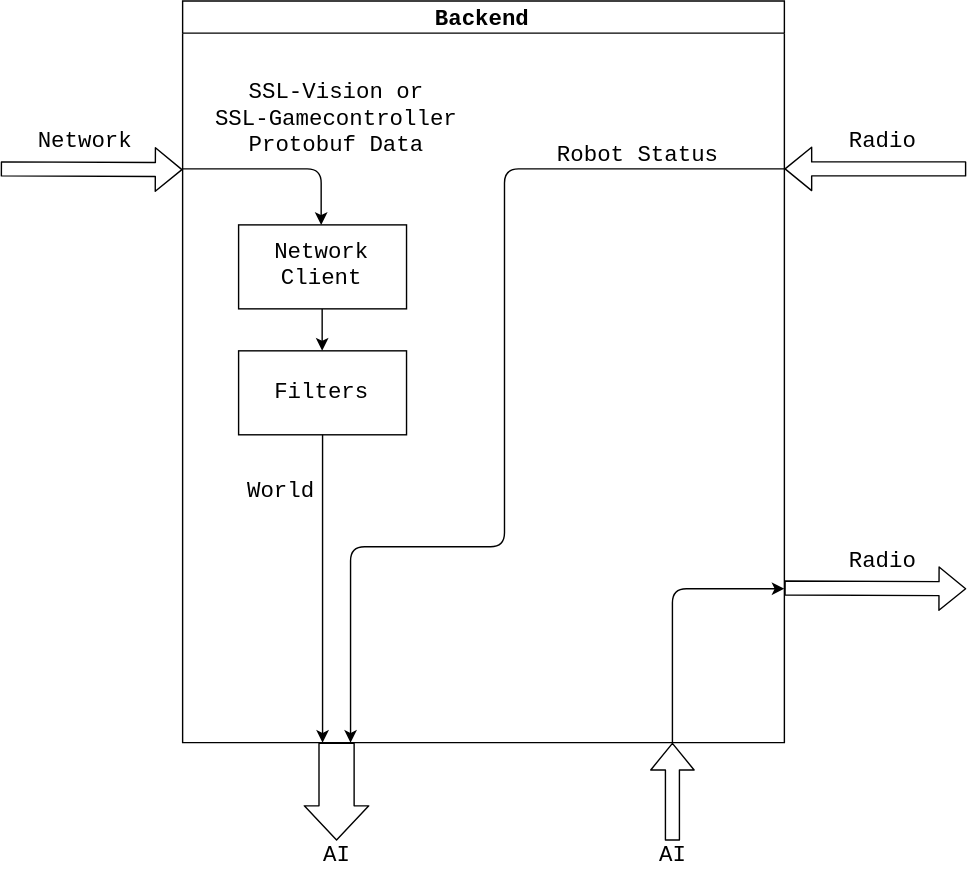
This is docs/images/backend_diagram.svg from UBC-Thunderbots/Software, a draw.io export, as it was before one commit. Source tidied: cells renumbered, new cells last; positions are measured from the earlier drawing's top-left corner, leaving out a move shared by most shapes. Its diagram source:
```xml
<mxGraphModel>
  <root>
    <mxCell id="0" />
    <mxCell id="1" parent="0" />
    <mxCell id="2" value="Backend" style="swimlane;fontFamily=Courier New;fontSize=16;" parent="1" vertex="1">
      <mxGeometry x="130" width="430" height="530" as="geometry" />
    </mxCell>
    <mxCell id="3" style="edgeStyle=orthogonalEdgeStyle;rounded=0;jettySize=auto;html=1;entryX=0.5;entryY=0;entryDx=0;entryDy=0;fontFamily=Courier New;fontSize=16;" parent="2" edge="1" source="4" target="5">
      <mxGeometry relative="1" as="geometry" />
    </mxCell>
    <mxCell id="4" value="Network Client" style="rounded=0;whiteSpace=wrap;html=1;fontFamily=Courier New;fontSize=16;" parent="2" vertex="1">
      <mxGeometry x="40" y="160" width="120" height="60" as="geometry" />
    </mxCell>
    <mxCell id="5" value="Filters" style="rounded=0;whiteSpace=wrap;html=1;fontFamily=Courier New;fontSize=16;" parent="2" vertex="1">
      <mxGeometry x="40" y="250" width="120" height="60" as="geometry" />
    </mxCell>
    <mxCell id="6" style="endArrow=classic;html=1;fontFamily=Courier New;fontSize=16;" parent="2" edge="1">
      <mxGeometry relative="1" as="geometry">
        <mxPoint y="120" as="sourcePoint" />
        <mxPoint x="99" y="160" as="targetPoint" />
        <Array as="points">
          <mxPoint x="99" y="120" />
        </Array>
      </mxGeometry>
    </mxCell>
    <mxCell id="7" value="&lt;div&gt;SSL-Vision or&lt;/div&gt;&lt;div&gt;SSL-Gamecontroller Protobuf Data&lt;/div&gt;" style="text;html=1;strokeColor=none;fillColor=none;align=center;verticalAlign=middle;whiteSpace=wrap;rounded=0;fontFamily=Courier New;fontSize=16;" parent="2" vertex="1">
      <mxGeometry x="10" y="50" width="200" height="70" as="geometry" />
    </mxCell>
    <mxCell id="8" style="endArrow=classic;html=1;fontFamily=Courier New;fontSize=16;" parent="2" edge="1">
      <mxGeometry relative="1" as="geometry">
        <mxPoint x="430" y="120" as="sourcePoint" />
        <mxPoint x="120" y="530" as="targetPoint" />
        <Array as="points">
          <mxPoint x="230" y="120" />
          <mxPoint x="230" y="390" />
          <mxPoint x="120" y="390" />
        </Array>
      </mxGeometry>
    </mxCell>
    <mxCell id="9" value="World" style="text;html=1;strokeColor=none;fillColor=none;align=center;verticalAlign=middle;whiteSpace=wrap;rounded=0;fontFamily=Courier New;fontSize=16;" parent="2" vertex="1">
      <mxGeometry x="50" y="340" width="40" height="20" as="geometry" />
    </mxCell>
    <mxCell id="10" value="Robot Status" style="text;html=1;strokeColor=none;fillColor=none;align=center;verticalAlign=middle;whiteSpace=wrap;rounded=0;fontFamily=Courier New;fontSize=16;" parent="2" vertex="1">
      <mxGeometry x="240" y="100" width="170" height="20" as="geometry" />
    </mxCell>
    <mxCell id="11" style="endArrow=classic;html=1;fontFamily=Courier New;fontSize=16;" parent="2" edge="1">
      <mxGeometry relative="1" as="geometry">
        <mxPoint x="350" y="530" as="sourcePoint" />
        <mxPoint x="430" y="420" as="targetPoint" />
        <Array as="points">
          <mxPoint x="350" y="420" />
        </Array>
      </mxGeometry>
    </mxCell>
    <mxCell id="12" style="shape=flexArrow;endArrow=classic;html=1;fontFamily=Courier New;" parent="1" edge="1">
      <mxGeometry relative="1" as="geometry">
        <mxPoint y="120" as="sourcePoint" />
        <mxPoint x="130" y="120.5" as="targetPoint" />
      </mxGeometry>
    </mxCell>
    <mxCell id="13" value="Network" style="text;html=1;strokeColor=none;fillColor=none;align=center;verticalAlign=middle;whiteSpace=wrap;rounded=0;fontFamily=Courier New;fontSize=16;" parent="1" vertex="1">
      <mxGeometry x="40" y="90" width="40" height="20" as="geometry" />
    </mxCell>
    <mxCell id="14" style="shape=flexArrow;endArrow=classic;html=1;fontFamily=Courier New;fontSize=16;" parent="1" edge="1">
      <mxGeometry relative="1" as="geometry">
        <mxPoint x="690" y="120" as="sourcePoint" />
        <mxPoint x="560" y="120" as="targetPoint" />
      </mxGeometry>
    </mxCell>
    <mxCell id="15" value="Radio" style="text;html=1;strokeColor=none;fillColor=none;align=center;verticalAlign=middle;whiteSpace=wrap;rounded=0;fontFamily=Courier New;fontSize=16;" parent="1" vertex="1">
      <mxGeometry x="600" y="90" width="60" height="20" as="geometry" />
    </mxCell>
    <mxCell id="16" style="shape=flexArrow;endArrow=classic;html=1;fontFamily=Courier New;fontSize=16;" parent="1" edge="1">
      <mxGeometry relative="1" as="geometry">
        <mxPoint x="560" y="419.5" as="sourcePoint" />
        <mxPoint x="690" y="420" as="targetPoint" />
      </mxGeometry>
    </mxCell>
    <mxCell id="17" value="Radio" style="text;html=1;strokeColor=none;fillColor=none;align=center;verticalAlign=middle;whiteSpace=wrap;rounded=0;fontFamily=Courier New;fontSize=16;" parent="1" vertex="1">
      <mxGeometry x="600" y="390" width="60" height="20" as="geometry" />
    </mxCell>
    <mxCell id="18" style="shape=flexArrow;endArrow=classic;html=1;fontFamily=Courier New;fontSize=16;width=25.100671140939596;endSize=7.787919463087248;" parent="1" edge="1">
      <mxGeometry relative="1" as="geometry">
        <mxPoint x="240" y="530" as="sourcePoint" />
        <mxPoint x="240" y="600" as="targetPoint" />
      </mxGeometry>
    </mxCell>
    <mxCell id="19" value="AI" style="text;html=1;strokeColor=none;fillColor=none;align=center;verticalAlign=middle;whiteSpace=wrap;rounded=0;fontFamily=Courier New;fontSize=16;" parent="1" vertex="1">
      <mxGeometry x="220" y="600" width="40" height="20" as="geometry" />
    </mxCell>
    <mxCell id="20" style="shape=flexArrow;endArrow=classic;html=1;fontFamily=Courier New;fontSize=16;exitX=0.5;exitY=0;exitDx=0;exitDy=0;" parent="1" edge="1" source="22">
      <mxGeometry relative="1" as="geometry">
        <mxPoint x="480" y="530" as="targetPoint" />
      </mxGeometry>
    </mxCell>
    <mxCell id="21" style="edgeStyle=orthogonalEdgeStyle;rounded=0;jettySize=auto;html=1;fontFamily=Courier New;fontSize=16;" parent="1" edge="1" source="5">
      <mxGeometry relative="1" as="geometry">
        <mxPoint x="230" y="530" as="targetPoint" />
      </mxGeometry>
    </mxCell>
    <mxCell id="22" value="AI" style="text;html=1;strokeColor=none;fillColor=none;align=center;verticalAlign=middle;whiteSpace=wrap;rounded=0;fontFamily=Courier New;fontSize=16;" parent="1" vertex="1">
      <mxGeometry x="460" y="600" width="40" height="20" as="geometry" />
    </mxCell>
  </root>
</mxGraphModel>
```
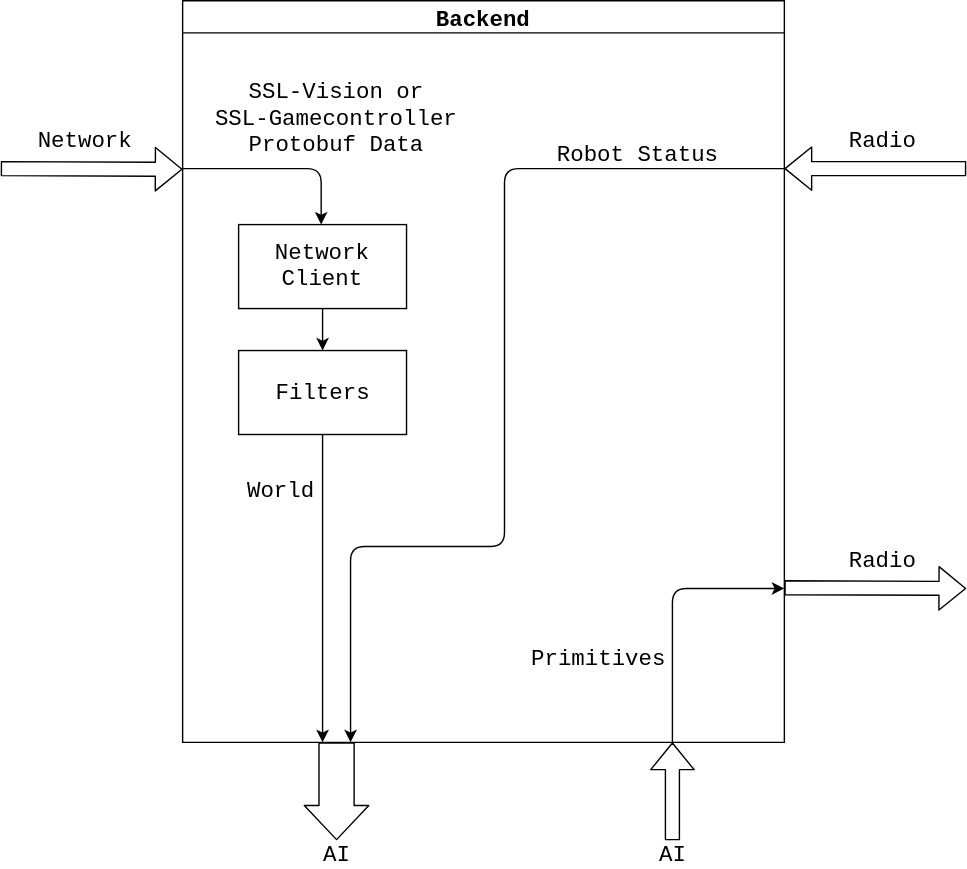
The same diagram one commit later.

The edit, as a diff of the source:
```diff
@@ -52,6 +52,9 @@
         </Array>
       </mxGeometry>
     </mxCell>
+    <mxCell id="23" value="Primitives" style="text;html=1;strokeColor=none;fillColor=none;align=center;verticalAlign=middle;whiteSpace=wrap;rounded=0;fontFamily=Courier New;fontSize=16;" parent="2" vertex="1">
+      <mxGeometry x="240" y="460" width="114" height="20" as="geometry" />
+    </mxCell>
     <mxCell id="12" style="shape=flexArrow;endArrow=classic;html=1;fontFamily=Courier New;" parent="1" edge="1">
       <mxGeometry relative="1" as="geometry">
         <mxPoint y="120" as="sourcePoint" />
```
